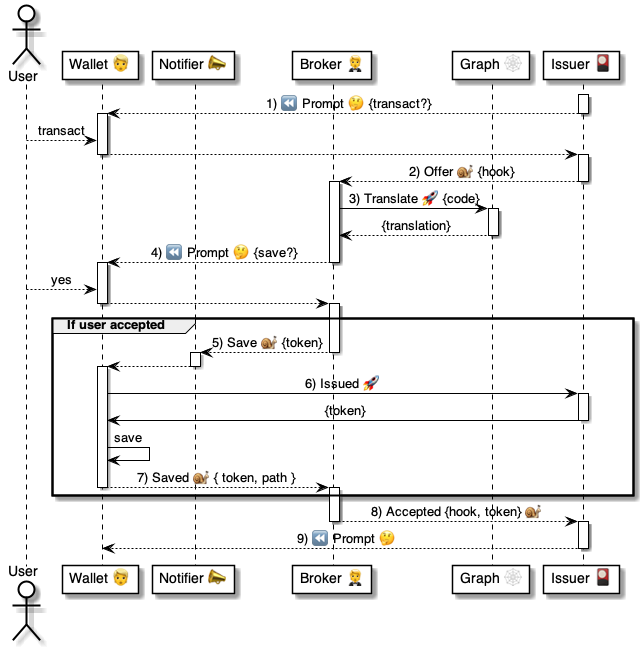
The PlantUML diagram 4 ⚙️ Solution/20 🧑‍🦰 UI/Wallets 🧑‍🦰/🧑‍🦰💬 Wallet chats/...in Prompts 🤔/Save Token 👉🎴🎫/🧑‍🦰 Save token ⚙️ uml.png in pollyweb-org/pollyweb-docs, before a commit. Its source is kept beside it as 4 ⚙️ Solution/20 🧑‍🦰 UI/Wallets 🧑‍🦰/🧑‍🦰💬 Wallet chats/...in Prompts 🤔/Save Token 👉🎴🎫/🧑‍🦰 Save token ⚙️ uml.puml.
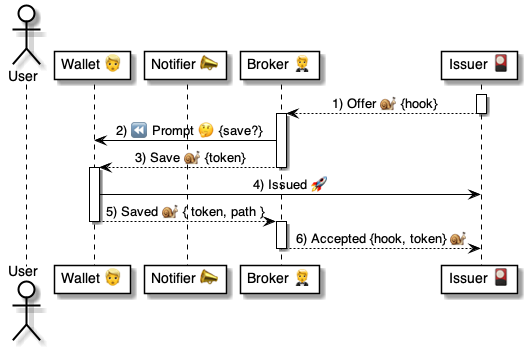
The same file after the commit.

Change to the diagram source:
```diff
@@ -5,68 +5,37 @@
 participant "Wallet 👱" as wallet
 participant "Notifier 📣" as notifier
 participant "Broker 🤵" as broker
-participant "Graph 🕸" as graph
 participant "Issuer 🎴" as issuer
 
 
-activate issuer
-    issuer --> wallet: 1) ⏪ Prompt 🤔 {transact?}
-deactivate issuer
 
-activate wallet
-    user --> wallet: transact
-    wallet --> issuer:
-deactivate wallet
 
 activate issuer
-    issuer --> broker: 2) Offer 🐌 {hook}
+    issuer --> broker: 1) Offer 🐌 {hook}
 deactivate issuer
 
 activate broker
-    broker -> graph : 3) Translate 🚀 {code}
 
-    activate graph
-        graph --> broker: {translation}
-    deactivate graph
+    broker -> wallet: 2) ⏪ Prompt 🤔 {save?}
 
-    broker --> wallet: 4) ⏪ Prompt 🤔 {save?}
+
+
+
+    broker --> wallet: 3) Save 🐌 {token}
 deactivate broker
 
-activate wallet
-    user --> wallet: yes
-    wallet --> broker:
-deactivate wallet
-
-group If user accepted
-
-
-activate broker
-    broker --> notifier: 5) Save 🐌 {token}
-deactivate broker
-
-activate notifier
-    notifier --> wallet
-deactivate notifier
 
 activate wallet
-    wallet -> issuer: 6) Issued 🚀
-    activate issuer
-        issuer -> wallet: {token}
-    deactivate issuer
-    wallet -> wallet: save
+    wallet -> issuer: 4) Issued 🚀
 
-    wallet --> broker: 7) Saved 🐌 { token, path }
+    wallet --> broker: 5) Saved 🐌 { token, path }
 deactivate wallet
 
 activate broker
-end group
 
-    broker --> issuer: 8) Accepted {hook, token} 🐌
+    broker --> issuer: 6) Accepted {hook, token} 🐌
 deactivate broker
 
-activate issuer
-    issuer --> wallet: 9) ⏪ Prompt 🤔
-deactivate issuer
 
 
 @enduml
```
